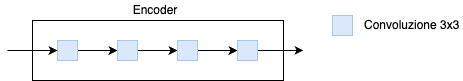
Earlier version of the draw.io export images/architectures/PyDNetV1-decoder.drawio.png (RiccardoTonioloDev/Bachelor-Thesis). Source tidied: cells renumbered, new cells last; positions are measured from the earlier drawing's top-left corner, leaving out a move shared by most shapes. Source of this version:
```xml
<mxGraphModel>
  <root>
    <mxCell id="0" />
    <mxCell id="1" parent="0" />
    <mxCell id="2" style="rounded=0;whiteSpace=wrap;html=1;" parent="1" vertex="1">
      <mxGeometry x="25" y="20" width="251" height="60" as="geometry" />
    </mxCell>
    <mxCell id="3" style="edgeStyle=orthogonalEdgeStyle;rounded=0;jettySize=auto;html=1;exitX=1;exitY=0.5;exitDx=0;exitDy=0;entryX=0;entryY=0.5;entryDx=0;entryDy=0;" parent="1" edge="1" source="4" target="6">
      <mxGeometry relative="1" as="geometry" />
    </mxCell>
    <mxCell id="4" style="whiteSpace=wrap;html=1;fillColor=#dae8fc;strokeColor=#A8C6F0;" parent="1" vertex="1">
      <mxGeometry x="50" y="40" width="20" height="20" as="geometry" />
    </mxCell>
    <mxCell id="5" style="edgeStyle=orthogonalEdgeStyle;rounded=0;jettySize=auto;html=1;exitX=1;exitY=0.5;exitDx=0;exitDy=0;entryX=0;entryY=0.5;entryDx=0;entryDy=0;" parent="1" edge="1" source="6" target="9">
      <mxGeometry relative="1" as="geometry" />
    </mxCell>
    <mxCell id="6" style="whiteSpace=wrap;html=1;fillColor=#dae8fc;strokeColor=#a8c6f0;" parent="1" vertex="1">
      <mxGeometry x="110" y="40" width="20" height="20" as="geometry" />
    </mxCell>
    <mxCell id="7" style="endArrow=classic;html=1;rounded=0;entryX=0;entryY=0.5;entryDx=0;entryDy=0;" parent="1" edge="1" target="4">
      <mxGeometry relative="1" as="geometry">
        <mxPoint y="50" as="sourcePoint" />
      </mxGeometry>
    </mxCell>
    <mxCell id="8" style="edgeStyle=orthogonalEdgeStyle;rounded=0;jettySize=auto;html=1;exitX=1;exitY=0.5;exitDx=0;exitDy=0;entryX=0;entryY=0.5;entryDx=0;entryDy=0;" parent="1" edge="1" source="9" target="11">
      <mxGeometry relative="1" as="geometry" />
    </mxCell>
    <mxCell id="9" style="whiteSpace=wrap;html=1;fillColor=#dae8fc;strokeColor=#A8C6F0;" parent="1" vertex="1">
      <mxGeometry x="170" y="40" width="20" height="20" as="geometry" />
    </mxCell>
    <mxCell id="10" style="edgeStyle=orthogonalEdgeStyle;rounded=0;jettySize=auto;html=1;exitX=1;exitY=0.5;exitDx=0;exitDy=0;" parent="1" edge="1" source="11">
      <mxGeometry relative="1" as="geometry">
        <mxPoint x="296" y="49.8" as="targetPoint" />
      </mxGeometry>
    </mxCell>
    <mxCell id="11" style="whiteSpace=wrap;html=1;fillColor=#dae8fc;strokeColor=#A8C6F0;" parent="1" vertex="1">
      <mxGeometry x="230" y="40" width="20" height="20" as="geometry" />
    </mxCell>
    <mxCell id="12" value="Encoder" style="text;html=1;align=center;verticalAlign=middle;whiteSpace=wrap;rounded=0;" parent="1" vertex="1">
      <mxGeometry x="118" width="60" height="20" as="geometry" />
    </mxCell>
    <mxCell id="13" style="whiteSpace=wrap;html=1;fillColor=#dae8fc;strokeColor=#a8c6f0;" parent="1" vertex="1">
      <mxGeometry x="325" y="15" width="20" height="20" as="geometry" />
    </mxCell>
    <mxCell id="14" value="Convoluzione 3x3" style="text;html=1;align=left;verticalAlign=middle;whiteSpace=wrap;rounded=0;" parent="1" vertex="1">
      <mxGeometry x="355" y="10" width="100" height="30" as="geometry" />
    </mxCell>
  </root>
</mxGraphModel>
```
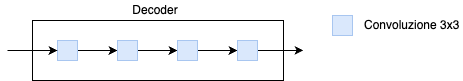
Later version of the same file.

Diff of the diagram source:
```diff
@@ -36,7 +36,7 @@
     <mxCell id="11" style="whiteSpace=wrap;html=1;fillColor=#dae8fc;strokeColor=#A8C6F0;" parent="1" vertex="1">
       <mxGeometry x="230" y="40" width="20" height="20" as="geometry" />
     </mxCell>
-    <mxCell id="12" value="Encoder" style="text;html=1;align=center;verticalAlign=middle;whiteSpace=wrap;rounded=0;" parent="1" vertex="1">
+    <mxCell id="12" value="Decoder" style="text;html=1;align=center;verticalAlign=middle;whiteSpace=wrap;rounded=0;" parent="1" vertex="1">
       <mxGeometry x="118" width="60" height="20" as="geometry" />
     </mxCell>
     <mxCell id="13" style="whiteSpace=wrap;html=1;fillColor=#dae8fc;strokeColor=#a8c6f0;" parent="1" vertex="1">
```
